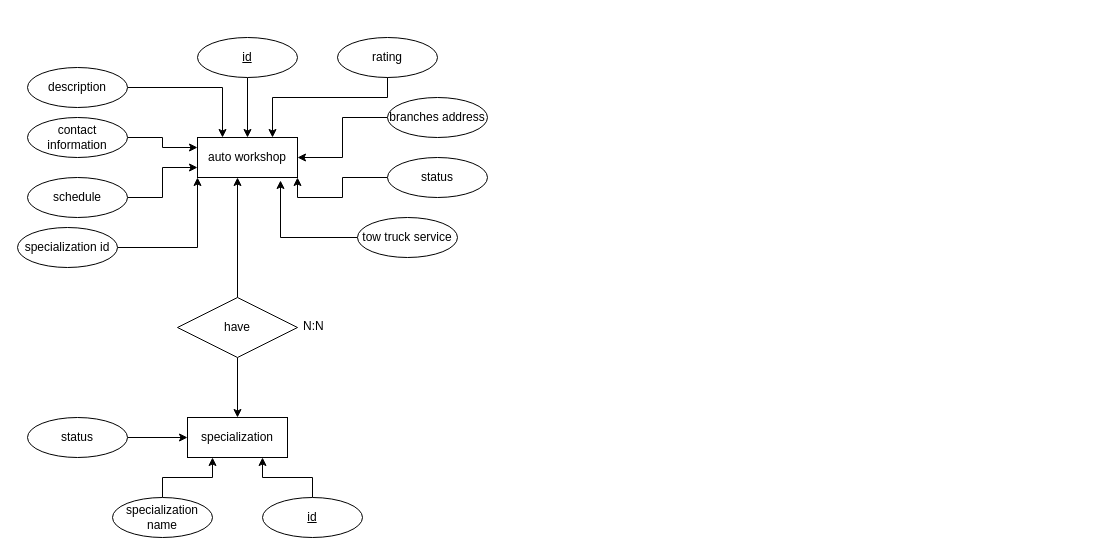
Earlier version of the draw.io diagram Untitled Diagram.drawio (DrDaxter/diagrams). Source tidied: cells renumbered, new cells numbered last; positions are measured from the earlier drawing's top-left corner, leaving out a move shared by most shapes. Both pictures are drawn from the tidied source at 100%, with x=0, y=0 at pixel (17, 37).
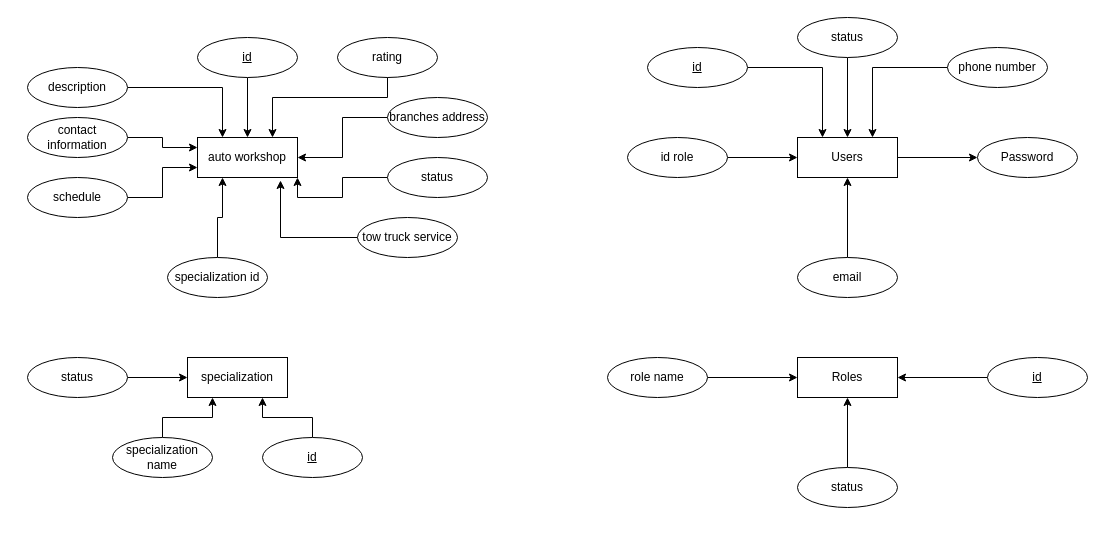
The same page after the edit.

The change refers to these unchanged cells:
```xml
<mxCell id="2" value="auto workshop" style="whiteSpace=wrap;html=1;align=center;" parent="1" vertex="1">
  <mxGeometry x="180" y="100" width="100" height="40" as="geometry" />
</mxCell>
```

Diff of the diagram source:
```diff
@@
     <mxCell id="17" value="specialization name" style="ellipse;whiteSpace=wrap;html=1;align=center;" parent="1" vertex="1">
-      <mxGeometry x="95" y="460" width="100" height="40" as="geometry" />
+      <mxGeometry x="95" y="400" width="100" height="40" as="geometry" />
     </mxCell>
@@
     <mxCell id="19" value="id" style="ellipse;whiteSpace=wrap;html=1;align=center;fontStyle=4;" parent="1" vertex="1">
-      <mxGeometry x="245" y="460" width="100" height="40" as="geometry" />
+      <mxGeometry x="245" y="400" width="100" height="40" as="geometry" />
     </mxCell>
@@
     <mxCell id="22" value="specialization" style="whiteSpace=wrap;html=1;align=center;" parent="1" vertex="1">
-      <mxGeometry x="170" y="380" width="100" height="40" as="geometry" />
+      <mxGeometry x="170" y="320" width="100" height="40" as="geometry" />
     </mxCell>
-    <mxCell id="23" style="edgeStyle=orthogonalEdgeStyle;rounded=0;jettySize=auto;html=1;entryX=0;entryY=1;entryDx=0;entryDy=0;" parent="1" edge="1" source="24" target="2">
+    <mxCell id="23" style="edgeStyle=orthogonalEdgeStyle;rounded=0;jettySize=auto;html=1;entryX=0.25;entryY=1;entryDx=0;entryDy=0;" parent="1" edge="1" source="24" target="2">
       <mxGeometry relative="1" as="geometry" />
     </mxCell>
     <mxCell id="24" value="specialization id" style="ellipse;whiteSpace=wrap;html=1;align=center;" parent="1" vertex="1">
-      <mxGeometry y="190" width="100" height="40" as="geometry" />
+      <mxGeometry x="150" y="220" width="100" height="40" as="geometry" />
     </mxCell>
@@
     <mxCell id="28" value="status" style="ellipse;whiteSpace=wrap;html=1;align=center;" parent="1" vertex="1">
-      <mxGeometry x="10" y="380" width="100" height="40" as="geometry" />
+      <mxGeometry x="10" y="320" width="100" height="40" as="geometry" />
     </mxCell>
-    <mxCell id="29" style="edgeStyle=orthogonalEdgeStyle;rounded=0;jettySize=auto;html=1;entryX=0.4;entryY=1;entryDx=0;entryDy=0;entryPerimeter=0;" parent="1" edge="1" source="31" target="2">
-      <mxGeometry relative="1" as="geometry" />
-    </mxCell>
-    <mxCell id="30" style="edgeStyle=orthogonalEdgeStyle;rounded=0;jettySize=auto;html=1;" parent="1" edge="1" source="31" target="22">
-      <mxGeometry relative="1" as="geometry" />
-    </mxCell>
-    <mxCell id="31" value="have" style="shape=rhombus;perimeter=rhombusPerimeter;whiteSpace=wrap;html=1;align=center;" parent="1" vertex="1">
-      <mxGeometry x="160" y="260" width="120" height="60" as="geometry" />
-    </mxCell>
-    <mxCell id="32" value="N:N" style="text;strokeColor=none;fillColor=none;spacingLeft=4;spacingRight=4;overflow=hidden;fontSize=12;whiteSpace=wrap;html=1;" parent="1" vertex="1">
-      <mxGeometry x="280" y="275" width="30" height="30" as="geometry" />
-    </mxCell>
+    <mxCell id="33" style="edgeStyle=orthogonalEdgeStyle;rounded=0;jettySize=auto;html=1;" parent="1" edge="1" source="34" target="37">
+      <mxGeometry relative="1" as="geometry" />
+    </mxCell>
+    <mxCell id="34" value="Users" style="whiteSpace=wrap;html=1;align=center;" parent="1" vertex="1">
+      <mxGeometry x="780" y="100" width="100" height="40" as="geometry" />
+    </mxCell>
+    <mxCell id="35" style="edgeStyle=orthogonalEdgeStyle;rounded=0;jettySize=auto;html=1;" parent="1" edge="1" source="36" target="34">
+      <mxGeometry relative="1" as="geometry" />
+    </mxCell>
+    <mxCell id="36" value="email" style="ellipse;whiteSpace=wrap;html=1;align=center;" parent="1" vertex="1">
+      <mxGeometry x="780" y="220" width="100" height="40" as="geometry" />
+    </mxCell>
+    <mxCell id="37" value="Password" style="ellipse;whiteSpace=wrap;html=1;align=center;" parent="1" vertex="1">
+      <mxGeometry x="960" y="100" width="100" height="40" as="geometry" />
+    </mxCell>
+    <mxCell id="38" style="edgeStyle=orthogonalEdgeStyle;rounded=0;jettySize=auto;html=1;" parent="1" edge="1" source="39" target="34">
+      <mxGeometry relative="1" as="geometry" />
+    </mxCell>
+    <mxCell id="39" value="status" style="ellipse;whiteSpace=wrap;html=1;align=center;" parent="1" vertex="1">
+      <mxGeometry x="780" y="-20" width="100" height="40" as="geometry" />
+    </mxCell>
+    <mxCell id="40" style="edgeStyle=orthogonalEdgeStyle;rounded=0;jettySize=auto;html=1;" parent="1" edge="1" source="41" target="34">
+      <mxGeometry relative="1" as="geometry" />
+    </mxCell>
+    <mxCell id="41" value="id role" style="ellipse;whiteSpace=wrap;html=1;align=center;" parent="1" vertex="1">
+      <mxGeometry x="610" y="100" width="100" height="40" as="geometry" />
+    </mxCell>
+    <mxCell id="42" style="edgeStyle=orthogonalEdgeStyle;rounded=0;jettySize=auto;html=1;entryX=0.25;entryY=0;entryDx=0;entryDy=0;" parent="1" edge="1" source="43" target="34">
+      <mxGeometry relative="1" as="geometry" />
+    </mxCell>
+    <mxCell id="43" value="id" style="ellipse;whiteSpace=wrap;html=1;align=center;fontStyle=4;" parent="1" vertex="1">
+      <mxGeometry x="630" y="10" width="100" height="40" as="geometry" />
+    </mxCell>
+    <mxCell id="44" style="edgeStyle=orthogonalEdgeStyle;rounded=0;jettySize=auto;html=1;entryX=0.75;entryY=0;entryDx=0;entryDy=0;" parent="1" edge="1" source="45" target="34">
+      <mxGeometry relative="1" as="geometry" />
+    </mxCell>
+    <mxCell id="45" value="phone number" style="ellipse;whiteSpace=wrap;html=1;align=center;" parent="1" vertex="1">
+      <mxGeometry x="930" y="10" width="100" height="40" as="geometry" />
+    </mxCell>
+    <mxCell id="46" value="Roles" style="whiteSpace=wrap;html=1;align=center;" parent="1" vertex="1">
+      <mxGeometry x="780" y="320" width="100" height="40" as="geometry" />
+    </mxCell>
+    <mxCell id="47" style="edgeStyle=orthogonalEdgeStyle;rounded=0;jettySize=auto;html=1;" parent="1" edge="1" source="48" target="46">
+      <mxGeometry relative="1" as="geometry" />
+    </mxCell>
+    <mxCell id="48" value="role name" style="ellipse;whiteSpace=wrap;html=1;align=center;" parent="1" vertex="1">
+      <mxGeometry x="590" y="320" width="100" height="40" as="geometry" />
+    </mxCell>
+    <mxCell id="49" style="edgeStyle=orthogonalEdgeStyle;rounded=0;jettySize=auto;html=1;" parent="1" edge="1" source="50" target="46">
+      <mxGeometry relative="1" as="geometry" />
+    </mxCell>
+    <mxCell id="50" value="status" style="ellipse;whiteSpace=wrap;html=1;align=center;" parent="1" vertex="1">
+      <mxGeometry x="780" y="430" width="100" height="40" as="geometry" />
+    </mxCell>
+    <mxCell id="51" style="edgeStyle=orthogonalEdgeStyle;rounded=0;jettySize=auto;html=1;" parent="1" edge="1" source="52" target="46">
+      <mxGeometry relative="1" as="geometry" />
+    </mxCell>
+    <mxCell id="52" value="id" style="ellipse;whiteSpace=wrap;html=1;align=center;fontStyle=4;" parent="1" vertex="1">
+      <mxGeometry x="970" y="320" width="100" height="40" as="geometry" />
+    </mxCell>
```
